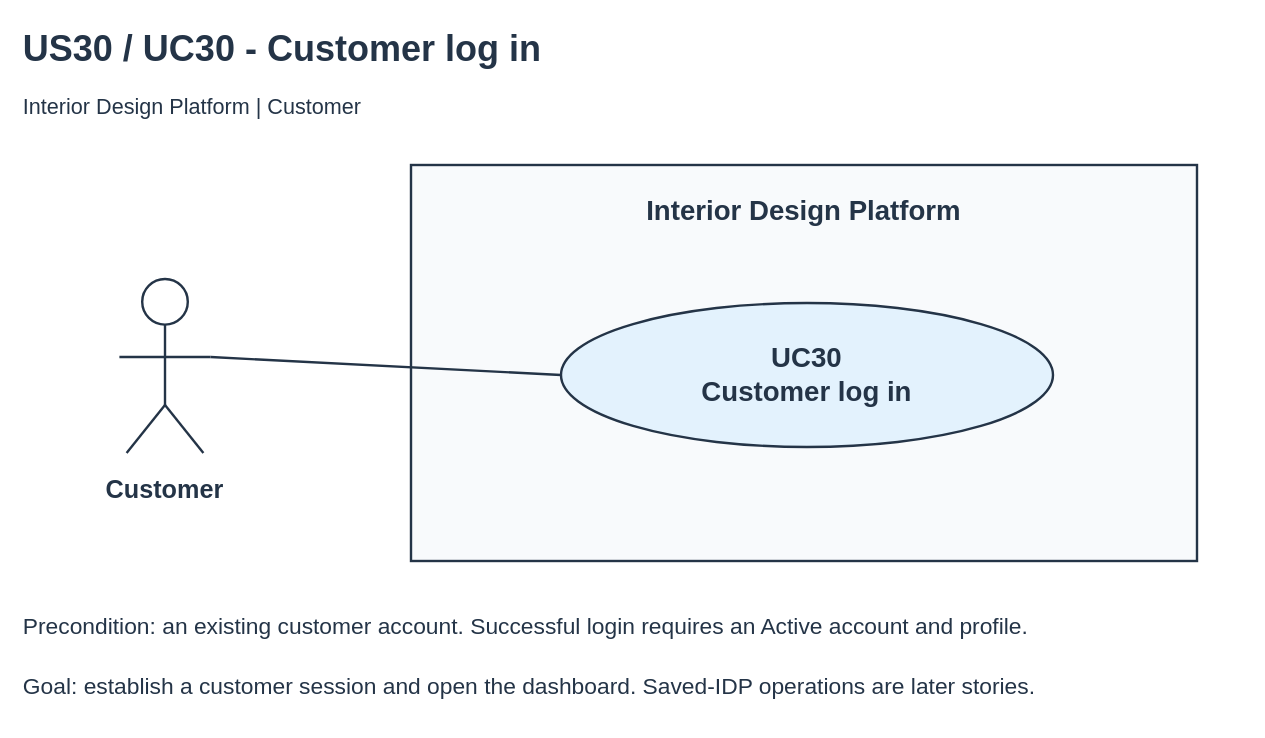
Hanzxc/CSIT314-ARCHSS keeps this draw.io diagram as page "2 Use Case Diagram" (1 of 7) of Sprint_3/US30 - Customer Log In/US30 Customer log in.drawio. Above is the earlier version. Source tidied: cells renumbered, new cells numbered last; positions are measured from the earlier drawing's top-left corner, leaving out a move shared by most shapes. Both pictures are drawn from the tidied source at 120%, with x=0, y=0 at pixel (20, 20).
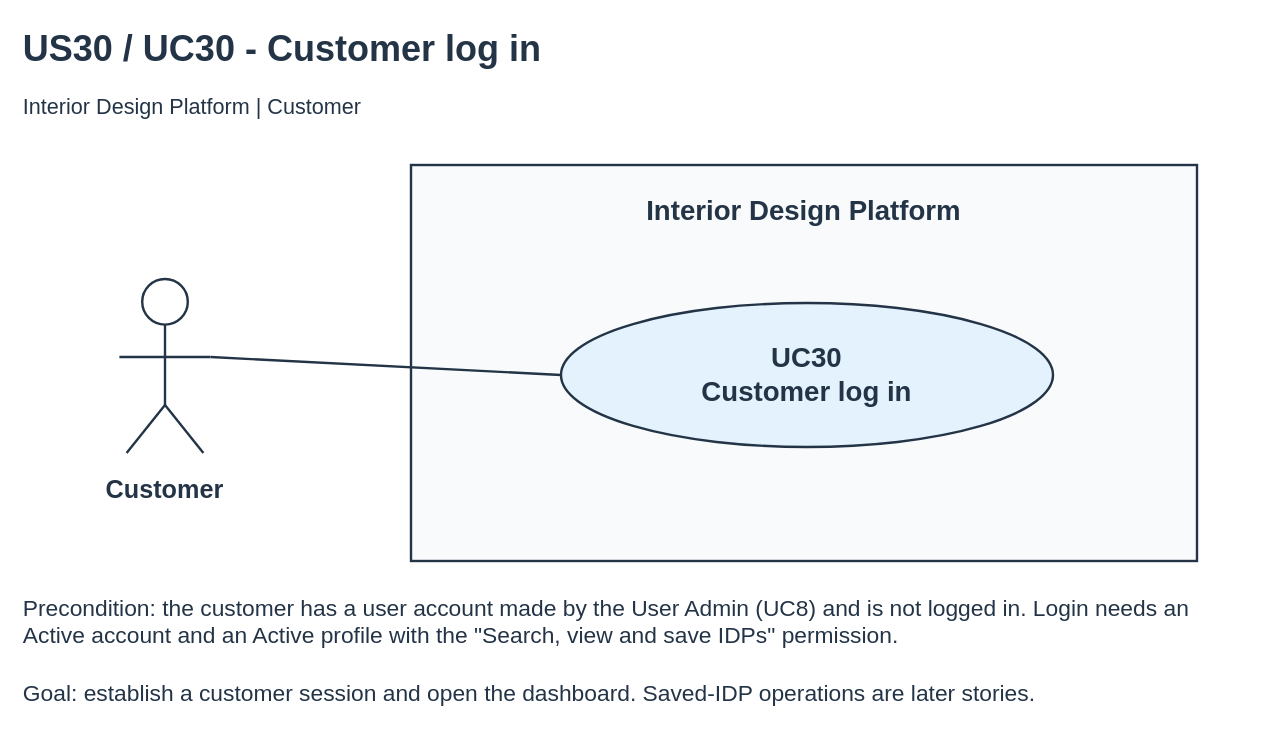
Above is the later version.

What changed in the source:
```diff
@@
-    <mxCell id="15" value="Precondition: an existing customer account. Successful login requires an Active account and profile." style="text;html=0;align=left;verticalAlign=middle;whiteSpace=wrap;fontSize=19;fontStyle=0;fontColor=#243447;" parent="1" vertex="1">
-      <mxGeometry y="485" width="1020" height="40" as="geometry" />
+    <mxCell id="15" value="Precondition: the customer has a user account made by the User Admin (UC8) and is not logged in. Login needs an Active account and an Active profile with the &quot;Search, view and save IDPs&quot; permission." style="text;html=0;align=left;verticalAlign=middle;whiteSpace=wrap;fontSize=19;fontStyle=0;fontColor=#243447;" parent="1" vertex="1">
+      <mxGeometry y="471" width="1020" height="60" as="geometry" />
     </mxCell>
     <mxCell id="16" value="Goal: establish a customer session and open the dashboard. Saved-IDP operations are later stories." style="text;html=0;align=left;verticalAlign=middle;whiteSpace=wrap;fontSize=19;fontStyle=0;fontColor=#243447;" parent="1" vertex="1">
-      <mxGeometry y="535" width="1020" height="40" as="geometry" />
+      <mxGeometry y="541" width="1020" height="40" as="geometry" />
     </mxCell>
```
